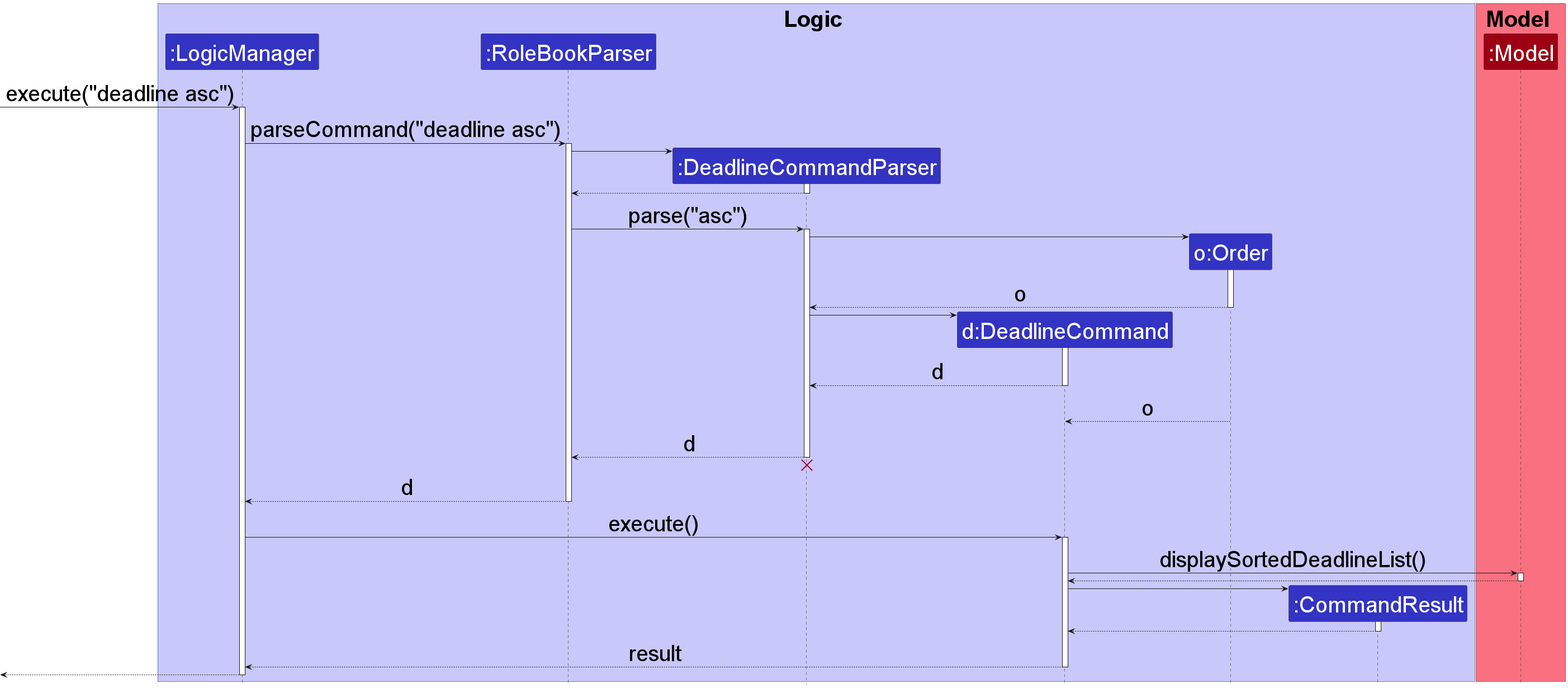
Earlier version of the PlantUML export docs/images/DeadlineCommandSequenceDiagram.png (nus-cs2103-AY2223S2/tp).
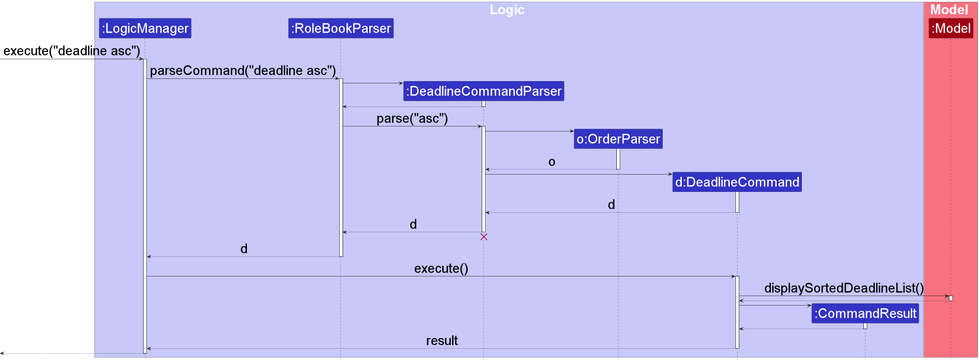
The same diagram one commit later.

Commit message:
Update sequence diagram for SalaryCommand and DeadlineCommand in DG

What changed in the source:
```diff
@@ -7,8 +7,8 @@
 participant ":LogicManager" as LogicManager LOGIC_COLOR
 participant ":RoleBookParser" as RoleBookParser LOGIC_COLOR
 participant ":DeadlineCommandParser" as DeadlineCommandParser LOGIC_COLOR
+participant "o:OrderParser" as OrderParser LOGIC_COLOR
 participant "d:DeadlineCommand" as DeadlineCommand LOGIC_COLOR
-participant "o:Order" as Order LOGIC_COLOR
 participant ":CommandResult" as CommandResult LOGIC_COLOR
 end box
 
@@ -33,12 +33,12 @@
 RoleBookParser -> DeadlineCommandParser : parse("asc")
 activate DeadlineCommandParser
 
-create Order
-DeadlineCommandParser -> Order
-activate Order
+create OrderParser
+DeadlineCommandParser -> OrderParser
+activate OrderParser
 
-Order --> DeadlineCommandParser : o
-deactivate Order
+OrderParser --> DeadlineCommandParser : o
+deactivate OrderParser
 
 create DeadlineCommand
 DeadlineCommandParser -> DeadlineCommand
@@ -46,9 +46,6 @@
 
 DeadlineCommand --> DeadlineCommandParser : d
 deactivate DeadlineCommand
-
-Order --> DeadlineCommand : o
-deactivate Order
 
 DeadlineCommandParser --> RoleBookParser : d
 deactivate DeadlineCommandParser
```
